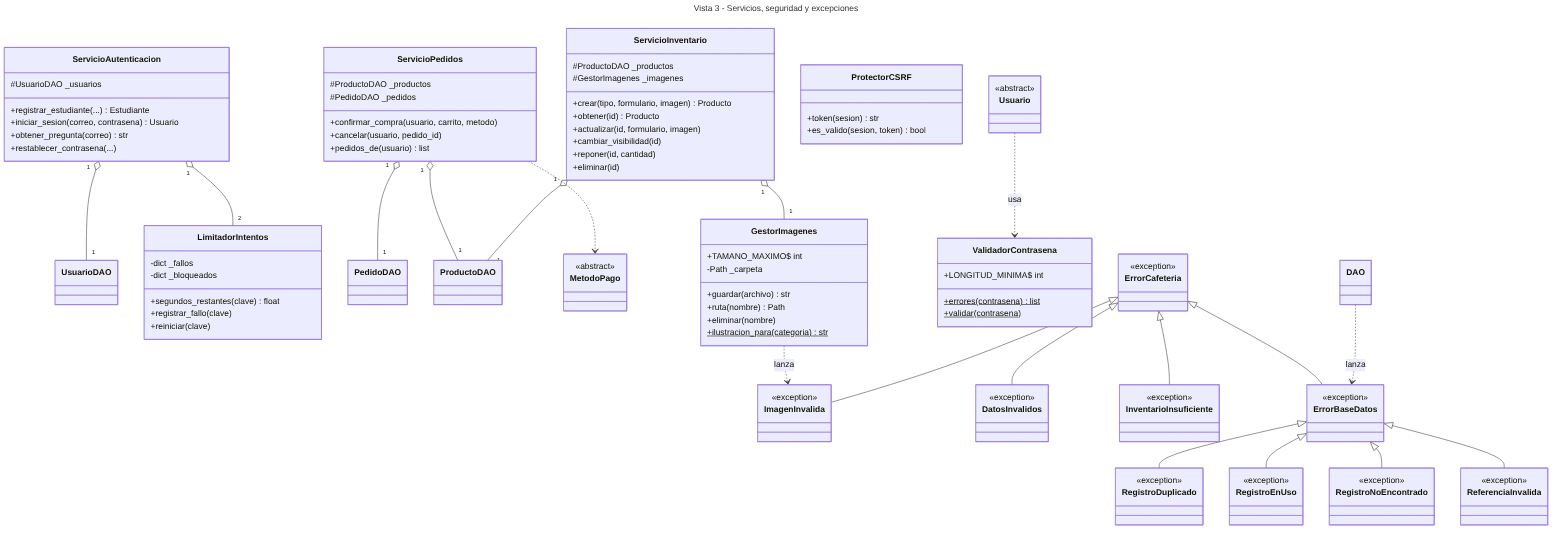
Above: docs/diagrama_clases_3_servicios.png in cristyelizabetth/cafeteria-kiuvo-poo (Mermaid), before the change. Its source is kept beside it as docs/diagrama_clases_3_servicios.mmd.
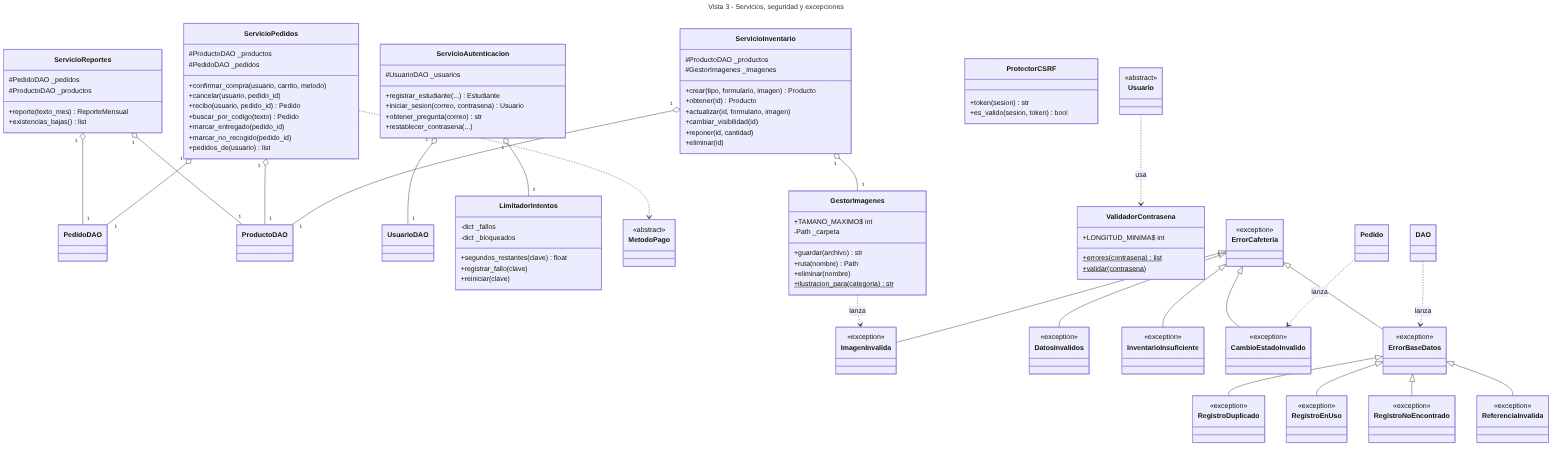
Later version of the same file.

Change to the diagram source:
```diff
@@ -15,8 +15,20 @@
         #PedidoDAO _pedidos
         +confirmar_compra(usuario, carrito, metodo)
         +cancelar(usuario, pedido_id)
+        +recibo(usuario, pedido_id) Pedido
+        +buscar_por_codigo(texto) Pedido
+        +marcar_entregado(pedido_id)
+        +marcar_no_recogido(pedido_id)
         +pedidos_de(usuario) list
     }
+    class ServicioReportes {
+        #PedidoDAO _pedidos
+        #ProductoDAO _productos
+        +reporte(texto_mes) ReporteMensual
+        +existencias_bajas() list
+    }
+    ServicioReportes "1" o-- "1" PedidoDAO
+    ServicioReportes "1" o-- "1" ProductoDAO
     class ServicioInventario {
         #ProductoDAO _productos
         #GestorImagenes _imagenes
@@ -74,6 +86,9 @@
     class ImagenInvalida {
         <<exception>>
     }
+    class CambioEstadoInvalido {
+        <<exception>>
+    }
     class ErrorBaseDatos {
         <<exception>>
     }
@@ -92,6 +107,8 @@
     ErrorCafeteria <|-- DatosInvalidos
     ErrorCafeteria <|-- InventarioInsuficiente
     ErrorCafeteria <|-- ImagenInvalida
+    ErrorCafeteria <|-- CambioEstadoInvalido
+    Pedido ..> CambioEstadoInvalido : lanza
     ErrorCafeteria <|-- ErrorBaseDatos
     ErrorBaseDatos <|-- RegistroDuplicado
     ErrorBaseDatos <|-- RegistroEnUso
@@ -102,6 +119,7 @@
     class UsuarioDAO
     class ProductoDAO
     class PedidoDAO
+    class Pedido
     class MetodoPago {
         <<abstract>>
     }
```
